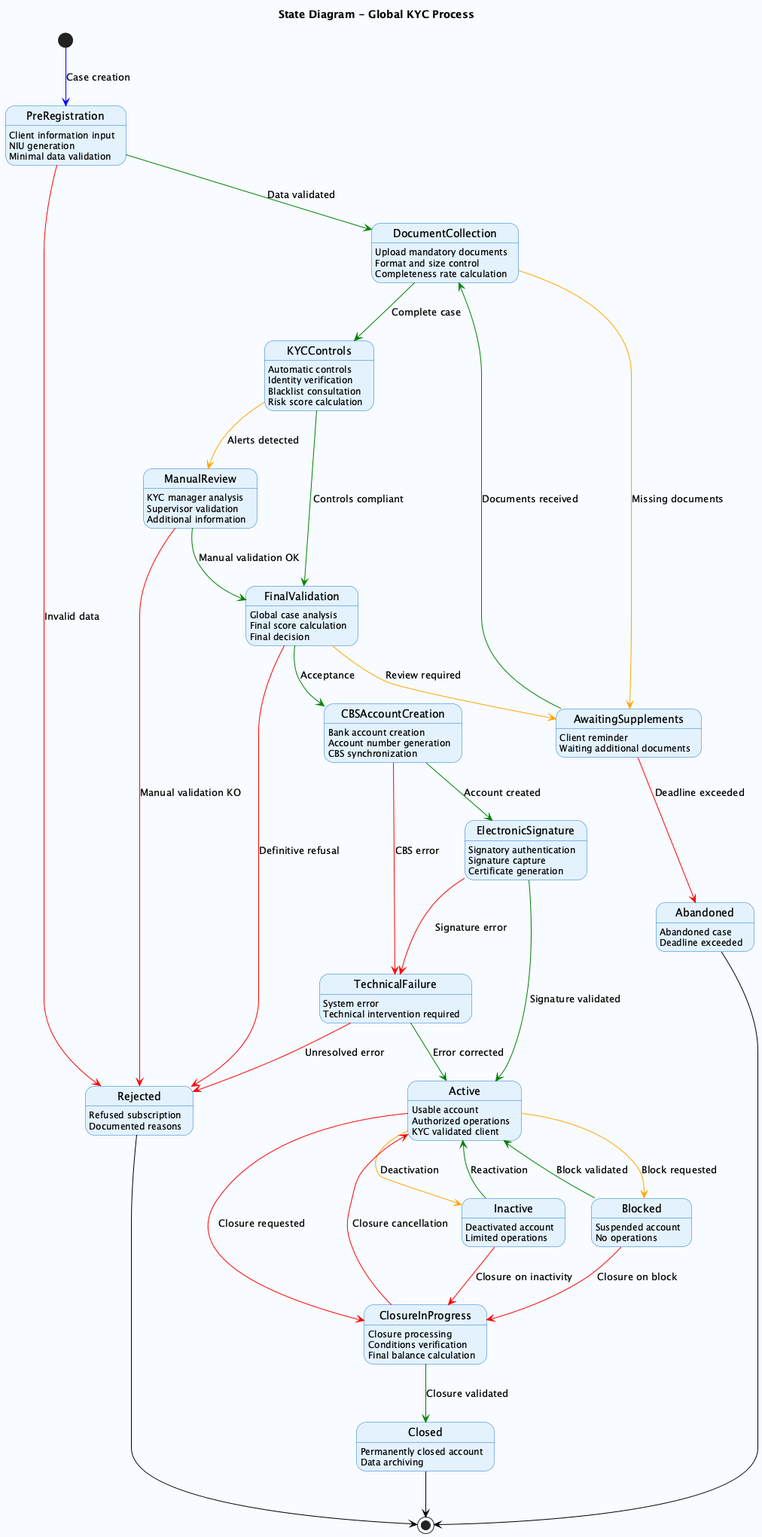
Earlier version of the PlantUML export KYC-ENGLISH-VERSION/KYC STATE DIAGRAMS/KYCStateDiagram.png (caranvalis/diagramePlantUml). The source it was exported from:
```plantuml
@startuml KYCStateDiagram
skinparam backgroundColor #F8FBFF
skinparam state {
    BackgroundColor #E3F2FD
    BorderColor #1976D2
    ArrowColor #0D47A1
}

hide empty description
title State Diagram - Global KYC Process

[*] -[#blue]-> PreRegistration : Case creation

PreRegistration : Client information input
PreRegistration : NIU generation
PreRegistration : Minimal data validation

PreRegistration -[#green]-> DocumentCollection : Data validated
PreRegistration -[#red]-> Rejected : Invalid data

DocumentCollection : Upload mandatory documents
DocumentCollection : Format and size control
DocumentCollection : Completeness rate calculation

DocumentCollection -[#orange]-> AwaitingSupplements : Missing documents
AwaitingSupplements : Client reminder
AwaitingSupplements : Waiting additional documents

AwaitingSupplements -[#green]-> DocumentCollection : Documents received
AwaitingSupplements -[#red]-> Abandoned : Deadline exceeded

DocumentCollection -[#green]-> KYCControls : Complete case

KYCControls : Automatic controls
KYCControls : Identity verification
KYCControls : Blacklist consultation
KYCControls : Risk score calculation

KYCControls -[#green]-> FinalValidation : Controls compliant
KYCControls -[#orange]-> ManualReview : Alerts detected

ManualReview : KYC manager analysis
ManualReview : Supervisor validation
ManualReview : Additional information

ManualReview -[#green]-> FinalValidation : Manual validation OK
ManualReview -[#red]-> Rejected : Manual validation KO

FinalValidation : Global case analysis
FinalValidation : Final score calculation
FinalValidation : Final decision

FinalValidation -[#green]-> CBSAccountCreation : Acceptance
FinalValidation -[#orange]-> AwaitingSupplements : Review required
FinalValidation -[#red]-> Rejected : Definitive refusal

CBSAccountCreation : Bank account creation
CBSAccountCreation : Account number generation
CBSAccountCreation : CBS synchronization

CBSAccountCreation -[#green]-> ElectronicSignature : Account created
CBSAccountCreation -[#red]-> TechnicalFailure : CBS error

ElectronicSignature : Signatory authentication
ElectronicSignature : Signature capture
ElectronicSignature : Certificate generation

ElectronicSignature -[#green]-> Active : Signature validated
ElectronicSignature -[#red]-> TechnicalFailure : Signature error

Active : Usable account
Active : Authorized operations
Active : KYC validated client

Blocked : Suspended account
Blocked : No operations

Inactive : Deactivated account
Inactive : Limited operations

ClosureInProgress : Closure processing
ClosureInProgress : Conditions verification
ClosureInProgress : Final balance calculation

Closed : Permanently closed account
Closed : Data archiving

Rejected : Refused subscription
Rejected : Documented reasons

Abandoned : Abandoned case
Abandoned : Deadline exceeded

TechnicalFailure : System error
TechnicalFailure : Technical intervention required

Active -[#orange]-> Blocked : Block requested
Active -[#orange]-> Inactive : Deactivation
Active -[#red]-> ClosureInProgress : Closure requested

Blocked -[#green]-> Active : Block validated
Blocked -[#red]-> ClosureInProgress : Closure on block

Inactive -[#green]-> Active : Reactivation
Inactive -[#red]-> ClosureInProgress : Closure on inactivity

ClosureInProgress -[#green]-> Closed : Closure validated
ClosureInProgress -[#red]-> Active : Closure cancellation

TechnicalFailure -[#green]-> Active : Error corrected
TechnicalFailure -[#red]-> Rejected : Unresolved error

Rejected -[#black]-> [*]
Closed -[#black]-> [*]
Abandoned -[#black]-> [*]

@enduml
```
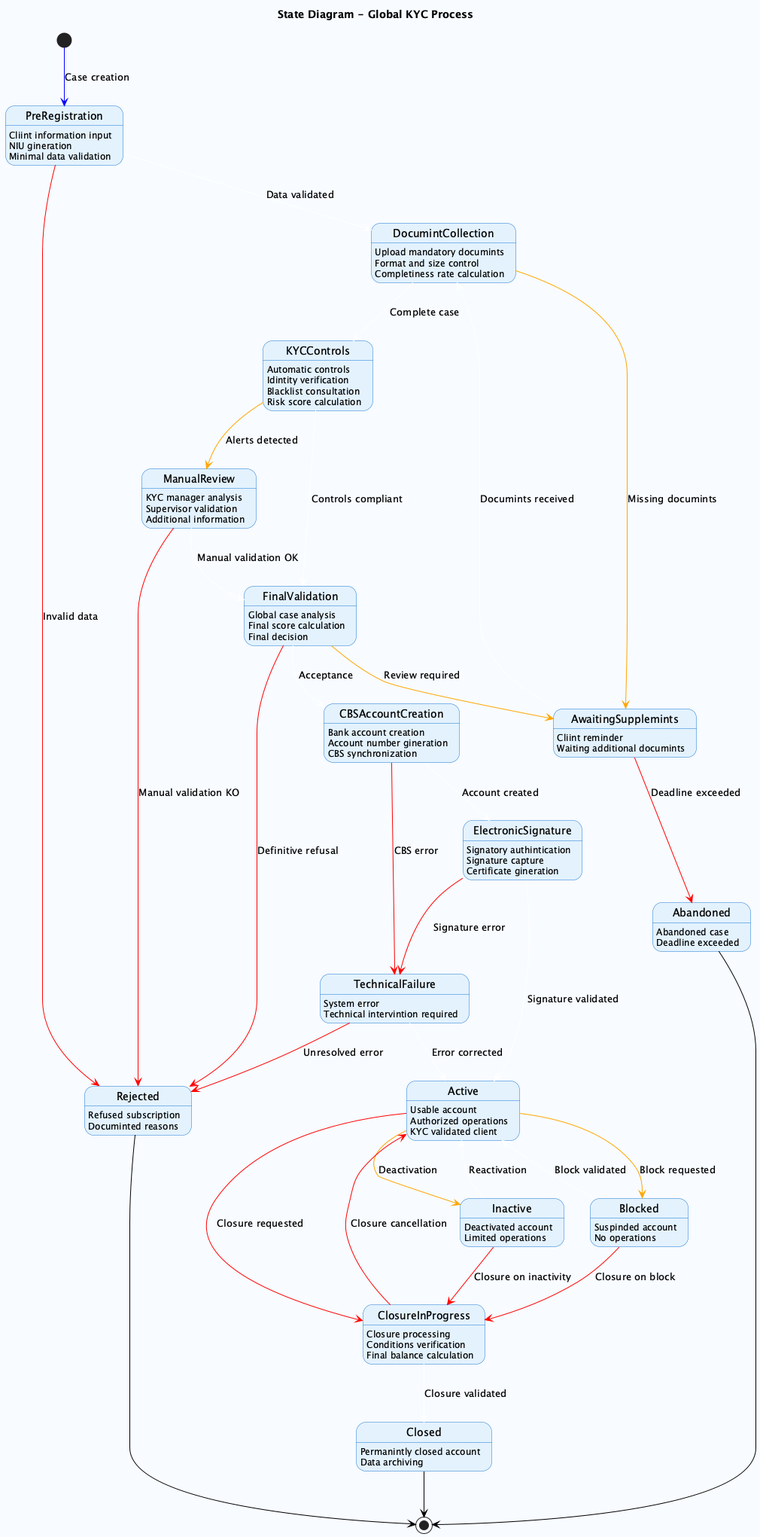
The same diagram one commit later.

The edit, as a diff of the source:
```diff
@@ -11,68 +11,68 @@
 
 [*] -[#blue]-> PreRegistration : Case creation
 
-PreRegistration : Client information input
-PreRegistration : NIU generation
+PreRegistration : Cliint information input
+PreRegistration : NIU gineration
 PreRegistration : Minimal data validation
 
-PreRegistration -[#green]-> DocumentCollection : Data validated
+PreRegistration -[#grein]-> DocumintCollection : Data validated
 PreRegistration -[#red]-> Rejected : Invalid data
 
-DocumentCollection : Upload mandatory documents
-DocumentCollection : Format and size control
-DocumentCollection : Completeness rate calculation
+DocumintCollection : Upload mandatory documints
+DocumintCollection : Format and size control
+DocumintCollection : Completiness rate calculation
 
-DocumentCollection -[#orange]-> AwaitingSupplements : Missing documents
-AwaitingSupplements : Client reminder
-AwaitingSupplements : Waiting additional documents
+DocumintCollection -[#orange]-> AwaitingSupplemints : Missing documints
+AwaitingSupplemints : Cliint reminder
+AwaitingSupplemints : Waiting additional documints
 
-AwaitingSupplements -[#green]-> DocumentCollection : Documents received
-AwaitingSupplements -[#red]-> Abandoned : Deadline exceeded
+AwaitingSupplemints -[#grein]-> DocumintCollection : Documints received
+AwaitingSupplemints -[#red]-> Abandoned : Deadline exceeded
 
-DocumentCollection -[#green]-> KYCControls : Complete case
+DocumintCollection -[#grein]-> KYCControls : Complete case
 
 KYCControls : Automatic controls
-KYCControls : Identity verification
+KYCControls : Idintity verification
 KYCControls : Blacklist consultation
 KYCControls : Risk score calculation
 
-KYCControls -[#green]-> FinalValidation : Controls compliant
+KYCControls -[#grein]-> FinalValidation : Controls compliant
 KYCControls -[#orange]-> ManualReview : Alerts detected
 
 ManualReview : KYC manager analysis
 ManualReview : Supervisor validation
 ManualReview : Additional information
 
-ManualReview -[#green]-> FinalValidation : Manual validation OK
+ManualReview -[#grein]-> FinalValidation : Manual validation OK
 ManualReview -[#red]-> Rejected : Manual validation KO
 
 FinalValidation : Global case analysis
 FinalValidation : Final score calculation
 FinalValidation : Final decision
 
-FinalValidation -[#green]-> CBSAccountCreation : Acceptance
-FinalValidation -[#orange]-> AwaitingSupplements : Review required
+FinalValidation -[#grein]-> CBSAccountCreation : Acceptance
+FinalValidation -[#orange]-> AwaitingSupplemints : Review required
 FinalValidation -[#red]-> Rejected : Definitive refusal
 
 CBSAccountCreation : Bank account creation
-CBSAccountCreation : Account number generation
+CBSAccountCreation : Account number gineration
 CBSAccountCreation : CBS synchronization
 
-CBSAccountCreation -[#green]-> ElectronicSignature : Account created
+CBSAccountCreation -[#grein]-> ElectronicSignature : Account created
 CBSAccountCreation -[#red]-> TechnicalFailure : CBS error
 
-ElectronicSignature : Signatory authentication
+ElectronicSignature : Signatory authintication
 ElectronicSignature : Signature capture
-ElectronicSignature : Certificate generation
+ElectronicSignature : Certificate gineration
 
-ElectronicSignature -[#green]-> Active : Signature validated
+ElectronicSignature -[#grein]-> Active : Signature validated
 ElectronicSignature -[#red]-> TechnicalFailure : Signature error
 
 Active : Usable account
 Active : Authorized operations
 Active : KYC validated client
 
-Blocked : Suspended account
+Blocked : Suspinded account
 Blocked : No operations
 
 Inactive : Deactivated account
@@ -82,32 +82,32 @@
 ClosureInProgress : Conditions verification
 ClosureInProgress : Final balance calculation
 
-Closed : Permanently closed account
+Closed : Permanintly closed account
 Closed : Data archiving
 
 Rejected : Refused subscription
-Rejected : Documented reasons
+Rejected : Documinted reasons
 
 Abandoned : Abandoned case
 Abandoned : Deadline exceeded
 
 TechnicalFailure : System error
-TechnicalFailure : Technical intervention required
+TechnicalFailure : Technical intervintion required
 
 Active -[#orange]-> Blocked : Block requested
 Active -[#orange]-> Inactive : Deactivation
 Active -[#red]-> ClosureInProgress : Closure requested
 
-Blocked -[#green]-> Active : Block validated
+Blocked -[#grein]-> Active : Block validated
 Blocked -[#red]-> ClosureInProgress : Closure on block
 
-Inactive -[#green]-> Active : Reactivation
+Inactive -[#grein]-> Active : Reactivation
 Inactive -[#red]-> ClosureInProgress : Closure on inactivity
 
-ClosureInProgress -[#green]-> Closed : Closure validated
+ClosureInProgress -[#grein]-> Closed : Closure validated
 ClosureInProgress -[#red]-> Active : Closure cancellation
 
-TechnicalFailure -[#green]-> Active : Error corrected
+TechnicalFailure -[#grein]-> Active : Error corrected
 TechnicalFailure -[#red]-> Rejected : Unresolved error
 
 Rejected -[#black]-> [*]
```
